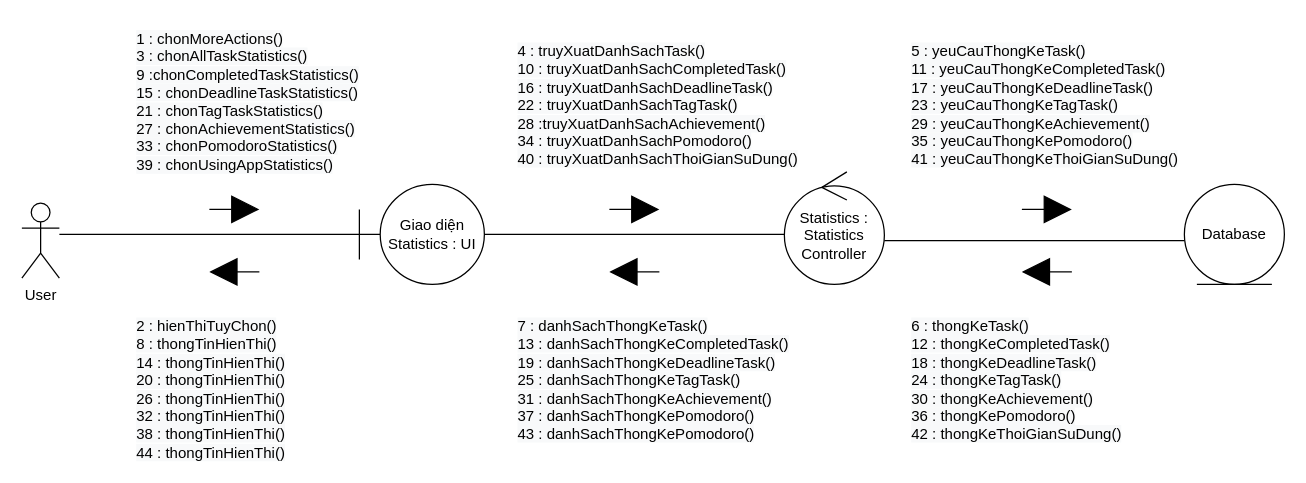
Merevoli-DatLuu/To-Do-App keeps this draw.io diagram as ToDoApp-Doc/Document/Diagram/Collaboration Diagram/Statistics/Statistics_CollaborationDiagram.drawio. Above is the earlier version. Source tidied: cells renumbered, new cells numbered last; positions are measured from the earlier drawing's top-left corner, leaving out a move shared by most shapes. Both pictures are drawn from the tidied source at 125%, with x=0, y=0 at pixel (21, 21).
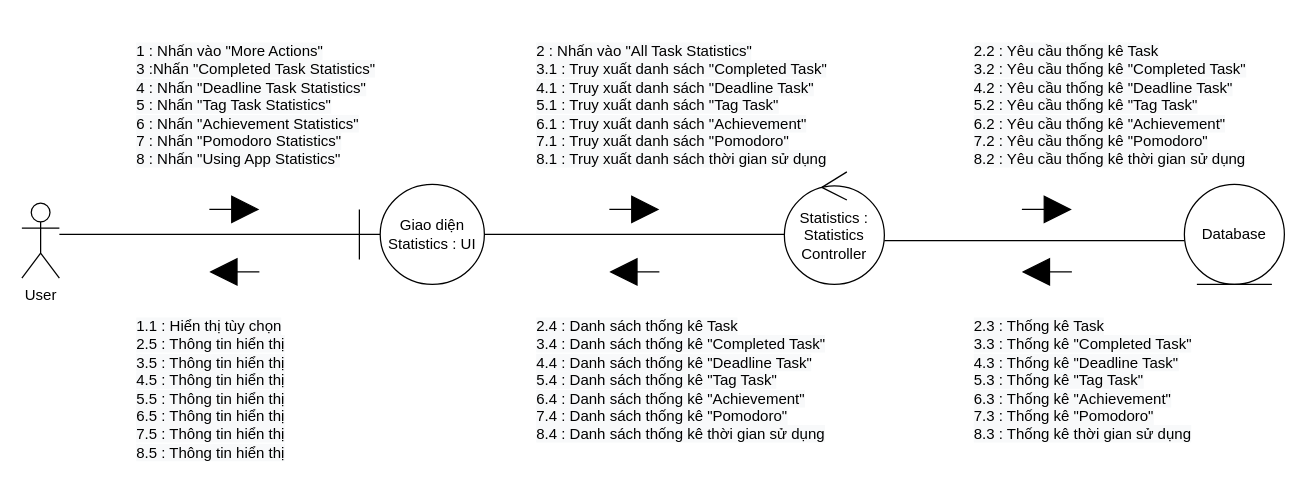
The same diagram, later.

Commit message:
[Modified] : Statistics_CollaborationDiagram

Change to the diagram source:
```diff
@@
-    <mxCell id="16" value="&lt;span style=&quot;color: rgb(0 , 0 , 0) ; font-family: &amp;#34;helvetica&amp;#34; ; font-size: 12px ; font-style: normal ; font-weight: 400 ; letter-spacing: normal ; text-indent: 0px ; text-transform: none ; word-spacing: 0px ; background-color: rgb(248 , 249 , 250) ; display: inline ; float: none&quot;&gt;1 : chonMoreActions()&lt;br&gt;&lt;span style=&quot;font-family: &amp;#34;helvetica&amp;#34;&quot;&gt;3 : chonAllTaskStatistics()&lt;br&gt;&lt;/span&gt;&lt;span style=&quot;font-family: &amp;#34;helvetica&amp;#34;&quot;&gt;9 :chonCompletedTaskStatistics()&lt;br&gt;&lt;/span&gt;&lt;span style=&quot;font-family: &amp;#34;helvetica&amp;#34;&quot;&gt;15 : chonDeadlineTaskStatistics()&lt;br&gt;&lt;/span&gt;&lt;span style=&quot;font-family: &amp;#34;helvetica&amp;#34;&quot;&gt;21 : chonTagTaskStatistics()&lt;br&gt;&lt;/span&gt;&lt;span style=&quot;font-family: &amp;#34;helvetica&amp;#34;&quot;&gt;27 : chonAchievementStatistics()&lt;br&gt;&lt;/span&gt;&lt;span style=&quot;font-family: &amp;#34;helvetica&amp;#34;&quot;&gt;33 : chonPomodoroStatistics()&lt;br&gt;&lt;/span&gt;&lt;span style=&quot;font-family: &amp;#34;helvetica&amp;#34;&quot;&gt;39 : chonUsingAppStatistics()&lt;/span&gt;&lt;br&gt;&lt;/span&gt;" style="text;whiteSpace=wrap;html=1;" parent="1" vertex="1">
-      <mxGeometry x="90" width="190" height="120" as="geometry" />
-    </mxCell>
-    <mxCell id="17" value="&lt;span style=&quot;color: rgb(0 , 0 , 0) ; font-family: &amp;#34;helvetica&amp;#34; ; font-size: 12px ; font-style: normal ; font-weight: 400 ; letter-spacing: normal ; text-indent: 0px ; text-transform: none ; word-spacing: 0px ; background-color: rgb(248 , 249 , 250) ; display: inline ; float: none&quot;&gt;2 : hienThiTuyChon()&lt;br&gt;&lt;span style=&quot;font-family: &amp;#34;helvetica&amp;#34;&quot;&gt;8 : thongTinHienThi()&lt;br&gt;&lt;/span&gt;14 : thongTinHienThi()&lt;br&gt;20 : thongTinHienThi()&lt;br&gt;26 : thongTinHienThi()&lt;br&gt;32 : thongTinHienThi()&lt;br&gt;38 : thongTinHienThi()&lt;br&gt;44 : thongTinHienThi()&lt;br&gt;&lt;/span&gt;" style="text;whiteSpace=wrap;html=1;" parent="1" vertex="1">
-      <mxGeometry x="90" y="230" width="140" height="120" as="geometry" />
-    </mxCell>
-    <mxCell id="18" value="&lt;span style=&quot;color: rgb(0 , 0 , 0) ; font-family: &amp;#34;helvetica&amp;#34; ; font-size: 12px ; font-style: normal ; font-weight: 400 ; letter-spacing: normal ; text-indent: 0px ; text-transform: none ; word-spacing: 0px ; background-color: rgb(248 , 249 , 250) ; display: inline ; float: none&quot;&gt;4 : truyXuatDanhSachTask()&lt;br&gt;&lt;span&gt;10 : truyXuatDanhSachCompletedTask()&lt;br&gt;&lt;/span&gt;&lt;span&gt;16 : truyXuatDanhSachDeadlineTask()&lt;br&gt;&lt;/span&gt;&lt;span&gt;22 : truyXuatDanhSachTagTask()&lt;br&gt;&lt;/span&gt;&lt;span&gt;28 :truyXuatDanhSachAchievement()&lt;br&gt;&lt;/span&gt;&lt;span&gt;34 : truyXuatDanhSachPomodoro()&lt;br&gt;&lt;/span&gt;&lt;span&gt;40 : truyXuatDanhSachThoiGianSuDung()&lt;/span&gt;&lt;br&gt;&lt;/span&gt;" style="text;whiteSpace=wrap;html=1;" parent="1" vertex="1">
-      <mxGeometry x="395" y="10" width="235" height="110" as="geometry" />
-    </mxCell>
-    <mxCell id="19" value="&lt;span style=&quot;color: rgb(0 , 0 , 0) ; font-family: &amp;#34;helvetica&amp;#34; ; font-size: 12px ; font-style: normal ; font-weight: 400 ; letter-spacing: normal ; text-indent: 0px ; text-transform: none ; word-spacing: 0px ; background-color: rgb(248 , 249 , 250) ; display: inline ; float: none&quot;&gt;5 : yeuCauThongKeTask()&lt;br&gt;&lt;span style=&quot;font-family: &amp;#34;helvetica&amp;#34;&quot;&gt;11 : yeuCauThongKeCompletedTask()&lt;br&gt;&lt;/span&gt;&lt;span style=&quot;font-family: &amp;#34;helvetica&amp;#34;&quot;&gt;17 : yeuCauThongKeDeadlineTask()&lt;br&gt;&lt;/span&gt;23 : yeuCauThongKeTagTask()&lt;br&gt;&lt;span&gt;29 : yeuCauThongKeAchievement()&lt;br&gt;&lt;/span&gt;&lt;span&gt;35 : yeuCauThongKePomodoro()&lt;br&gt;&lt;/span&gt;&lt;span&gt;41 : yeuCauThongKeThoiGianSuDung()&lt;/span&gt;&lt;br&gt;&lt;/span&gt;" style="text;whiteSpace=wrap;html=1;" parent="1" vertex="1">
-      <mxGeometry x="710" y="10" width="220" height="110" as="geometry" />
-    </mxCell>
-    <mxCell id="20" value="&lt;span style=&quot;color: rgb(0 , 0 , 0) ; font-family: &amp;#34;helvetica&amp;#34; ; font-size: 12px ; font-style: normal ; font-weight: 400 ; letter-spacing: normal ; text-indent: 0px ; text-transform: none ; word-spacing: 0px ; background-color: rgb(248 , 249 , 250) ; display: inline ; float: none&quot;&gt;6 : thongKeTask()&lt;br&gt;&lt;span style=&quot;font-family: &amp;#34;helvetica&amp;#34;&quot;&gt;12 : thongKeCompletedTask()&lt;br&gt;&lt;/span&gt;&lt;span style=&quot;font-family: &amp;#34;helvetica&amp;#34;&quot;&gt;18 : thongKeDeadlineTask()&lt;br&gt;&lt;/span&gt;24 : thongKeTagTask()&lt;br&gt;30 : thongKeAchievement()&lt;br&gt;&lt;span&gt;36 : thongKePomodoro()&lt;br&gt;&lt;/span&gt;42 : thongKeThoiGianSuDung()&lt;br&gt;&lt;/span&gt;" style="text;whiteSpace=wrap;html=1;" parent="1" vertex="1">
-      <mxGeometry x="710" y="230" width="180" height="110" as="geometry" />
-    </mxCell>
-    <mxCell id="21" value="&lt;span style=&quot;color: rgb(0 , 0 , 0) ; font-family: &amp;#34;helvetica&amp;#34; ; font-size: 12px ; font-style: normal ; font-weight: 400 ; letter-spacing: normal ; text-indent: 0px ; text-transform: none ; word-spacing: 0px ; background-color: rgb(248 , 249 , 250) ; display: inline ; float: none&quot;&gt;7 : danhSachThongKeTask()&lt;br&gt;13 : danhSachThongKeCompletedTask()&lt;br&gt;19 : danhSachThongKeDeadlineTask()&lt;br&gt;25 : danhSachThongKeTagTask()&lt;br&gt;31 : danhSachThongKeAchievement()&lt;br&gt;37 : danhSachThongKePomodoro()&lt;br&gt;43 : danhSachThongKePomodoro()&lt;br&gt;&lt;/span&gt;" style="text;whiteSpace=wrap;html=1;" parent="1" vertex="1">
-      <mxGeometry x="395" y="230" width="220" height="110" as="geometry" />
+    <mxCell id="21" value="&lt;span style=&quot;color: rgb(0 , 0 , 0) ; font-family: &amp;#34;helvetica&amp;#34; ; font-size: 12px ; font-style: normal ; font-weight: 400 ; letter-spacing: normal ; text-indent: 0px ; text-transform: none ; word-spacing: 0px ; background-color: rgb(248 , 249 , 250) ; display: inline ; float: none&quot;&gt;1 : Nhấn vào &quot;More Actions&quot;&lt;br&gt;&lt;span style=&quot;font-family: &amp;#34;helvetica&amp;#34;&quot;&gt;3 :Nhấn &quot;Completed Task Statistics&quot;&lt;br&gt;&lt;/span&gt;&lt;span style=&quot;font-family: &amp;#34;helvetica&amp;#34;&quot;&gt;4 : Nhấn &quot;Deadline Task Statistics&quot;&lt;br&gt;&lt;/span&gt;&lt;span style=&quot;font-family: &amp;#34;helvetica&amp;#34;&quot;&gt;5 : Nhấn &quot;Tag Task Statistics&quot;&lt;br&gt;&lt;/span&gt;&lt;span style=&quot;font-family: &amp;#34;helvetica&amp;#34;&quot;&gt;6 : Nhấn &quot;Achievement Statistics&quot;&lt;br&gt;&lt;/span&gt;&lt;span style=&quot;font-family: &amp;#34;helvetica&amp;#34;&quot;&gt;7 : Nhấn &quot;Pomodoro Statistics&quot;&lt;br&gt;&lt;/span&gt;&lt;span style=&quot;font-family: &amp;#34;helvetica&amp;#34;&quot;&gt;8 : Nhấn &quot;Using App Statistics&quot;&lt;/span&gt;&lt;br&gt;&lt;/span&gt;" style="text;whiteSpace=wrap;html=1;" parent="1" vertex="1">
+      <mxGeometry x="90" y="10" width="200" height="100" as="geometry" />
     </mxCell>
+    <mxCell id="22" value="&lt;span style=&quot;color: rgb(0 , 0 , 0) ; font-family: &amp;#34;helvetica&amp;#34; ; font-size: 12px ; font-style: normal ; font-weight: 400 ; letter-spacing: normal ; text-indent: 0px ; text-transform: none ; word-spacing: 0px ; background-color: rgb(248 , 249 , 250) ; display: inline ; float: none&quot;&gt;1.1 : Hiển thị tùy chọn&lt;br&gt;&lt;span style=&quot;font-family: &amp;#34;helvetica&amp;#34;&quot;&gt;2.5 : Thông tin hiển thị&lt;br&gt;&lt;/span&gt;&lt;span style=&quot;font-family: &amp;#34;helvetica&amp;#34;&quot;&gt;3.5 : Thông tin hiển thị&lt;br&gt;&lt;/span&gt;&lt;span style=&quot;font-family: &amp;#34;helvetica&amp;#34;&quot;&gt;4.5 : Thông tin hiển thị&lt;br&gt;&lt;/span&gt;&lt;span style=&quot;font-family: &amp;#34;helvetica&amp;#34;&quot;&gt;5.5 : Thông tin hiển thị&lt;br&gt;&lt;/span&gt;&lt;span style=&quot;font-family: &amp;#34;helvetica&amp;#34;&quot;&gt;6.5 : Thông tin hiển thị&lt;br&gt;&lt;/span&gt;&lt;span style=&quot;font-family: &amp;#34;helvetica&amp;#34;&quot;&gt;7.5 : Thông tin hiển thị&lt;br&gt;&lt;/span&gt;&lt;span style=&quot;font-family: &amp;#34;helvetica&amp;#34;&quot;&gt;8.5 : Thông tin hiển thị&lt;/span&gt;&lt;br&gt;&lt;/span&gt;" style="text;whiteSpace=wrap;html=1;" parent="1" vertex="1">
+      <mxGeometry x="90" y="230" width="130" height="120" as="geometry" />
+    </mxCell>
+    <mxCell id="23" value="&lt;span style=&quot;color: rgb(0 , 0 , 0) ; font-family: &amp;#34;helvetica&amp;#34; ; font-size: 12px ; font-style: normal ; font-weight: 400 ; letter-spacing: normal ; text-indent: 0px ; text-transform: none ; word-spacing: 0px ; background-color: rgb(248 , 249 , 250) ; display: inline ; float: none&quot;&gt;2 : Nhấn vào &quot;All Task Statistics&quot;&lt;br&gt;&lt;span&gt;3.1 : Truy xuất danh sách &quot;Completed Task&quot;&lt;br&gt;&lt;/span&gt;&lt;span&gt;4.1 : Truy xuất danh sách &quot;Deadline Task&quot;&lt;br&gt;&lt;/span&gt;&lt;span&gt;5.1 : Truy xuất danh sách &quot;Tag Task&quot;&lt;br&gt;&lt;/span&gt;&lt;span&gt;6.1 : Truy xuất danh sách &quot;Achievement&quot;&lt;br&gt;&lt;/span&gt;&lt;span&gt;7.1 : Truy xuất danh sách &quot;Pomodoro&quot;&lt;br&gt;&lt;/span&gt;&lt;span&gt;8.1 : Truy xuất danh sách thời gian sử dụng&lt;/span&gt;&lt;br&gt;&lt;/span&gt;" style="text;whiteSpace=wrap;html=1;" parent="1" vertex="1">
+      <mxGeometry x="410" y="10" width="240" height="100" as="geometry" />
+    </mxCell>
+    <mxCell id="24" value="&lt;span style=&quot;color: rgb(0 , 0 , 0) ; font-family: &amp;#34;helvetica&amp;#34; ; font-size: 12px ; font-style: normal ; font-weight: 400 ; letter-spacing: normal ; text-indent: 0px ; text-transform: none ; word-spacing: 0px ; background-color: rgb(248 , 249 , 250) ; display: inline ; float: none&quot;&gt;2.2 : Yêu cầu thống kê Task&lt;br&gt;&lt;span style=&quot;font-family: &amp;#34;helvetica&amp;#34;&quot;&gt;3.2 : Yêu cầu thống kê &quot;Completed Task&quot;&lt;br&gt;&lt;/span&gt;&lt;span style=&quot;font-family: &amp;#34;helvetica&amp;#34;&quot;&gt;4.2 : Yêu cầu thống kê &quot;Deadline Task&quot;&lt;br&gt;&lt;/span&gt;&lt;span style=&quot;font-family: &amp;#34;helvetica&amp;#34;&quot;&gt;5.2 : Yêu cầu thống kê &quot;Tag Task&quot;&lt;br&gt;&lt;/span&gt;&lt;span style=&quot;font-family: &amp;#34;helvetica&amp;#34;&quot;&gt;6.2 : Yêu cầu thống kê &quot;Achievement&quot;&lt;br&gt;&lt;/span&gt;&lt;span style=&quot;font-family: &amp;#34;helvetica&amp;#34;&quot;&gt;7.2 : Yêu cầu thống kê &quot;Pomodoro&quot;&lt;br&gt;&lt;/span&gt;&lt;span style=&quot;font-family: &amp;#34;helvetica&amp;#34;&quot;&gt;8.2 : Yêu cầu thống kê thời gian sử dụng&lt;/span&gt;&lt;br&gt;&lt;/span&gt;" style="text;whiteSpace=wrap;html=1;" parent="1" vertex="1">
+      <mxGeometry x="760" y="10" width="230" height="100" as="geometry" />
+    </mxCell>
+    <mxCell id="25" value="&lt;span style=&quot;color: rgb(0 , 0 , 0) ; font-family: &amp;#34;helvetica&amp;#34; ; font-size: 12px ; font-style: normal ; font-weight: 400 ; letter-spacing: normal ; text-indent: 0px ; text-transform: none ; word-spacing: 0px ; background-color: rgb(248 , 249 , 250) ; display: inline ; float: none&quot;&gt;2.3 : Thống kê Task&lt;br&gt;&lt;span style=&quot;font-family: &amp;#34;helvetica&amp;#34;&quot;&gt;3.3 : Thống kê &quot;Completed Task&quot;&lt;br&gt;&lt;/span&gt;&lt;span style=&quot;font-family: &amp;#34;helvetica&amp;#34;&quot;&gt;4.3 : Thống kê &quot;Deadline Task&quot;&lt;br&gt;&lt;/span&gt;&lt;span style=&quot;font-family: &amp;#34;helvetica&amp;#34;&quot;&gt;5.3 : Thống kê &quot;Tag Task&quot;&lt;br&gt;&lt;/span&gt;&lt;span style=&quot;font-family: &amp;#34;helvetica&amp;#34;&quot;&gt;6.3 : Thống kê &quot;Achievement&quot;&lt;br&gt;&lt;/span&gt;&lt;span style=&quot;font-family: &amp;#34;helvetica&amp;#34;&quot;&gt;7.3 : Thống kê &quot;Pomodoro&quot;&lt;br&gt;&lt;/span&gt;&lt;span style=&quot;font-family: &amp;#34;helvetica&amp;#34;&quot;&gt;8.3 : Thống kê thời gian sử dụng&lt;/span&gt;&lt;br&gt;&lt;/span&gt;" style="text;whiteSpace=wrap;html=1;" parent="1" vertex="1">
+      <mxGeometry x="760" y="230" width="180" height="100" as="geometry" />
+    </mxCell>
+    <mxCell id="26" value="&lt;span style=&quot;color: rgb(0 , 0 , 0) ; font-family: &amp;#34;helvetica&amp;#34; ; font-size: 12px ; font-style: normal ; font-weight: 400 ; letter-spacing: normal ; text-indent: 0px ; text-transform: none ; word-spacing: 0px ; background-color: rgb(248 , 249 , 250) ; display: inline ; float: none&quot;&gt;2.4 : Danh sách thống kê Task&lt;br&gt;3.4 :&amp;nbsp;Danh sách thống kê &quot;Completed Task&quot;&lt;br&gt;4.4 : Danh sách thống kê &quot;Deadline Task&quot;&lt;br&gt;5.4 : Danh sách thống kê &quot;Tag Task&quot;&lt;br&gt;6.4 : Danh sách thống kê &quot;Achievement&quot;&lt;br&gt;7.4 : Danh sách thống kê &quot;Pomodoro&quot;&lt;br&gt;8.4 : Danh sách thống kê thời gian sử dụng&lt;br&gt;&lt;/span&gt;" style="text;whiteSpace=wrap;html=1;" parent="1" vertex="1">
+      <mxGeometry x="410" y="230" width="240" height="100" as="geometry" />
+    </mxCell>
```
